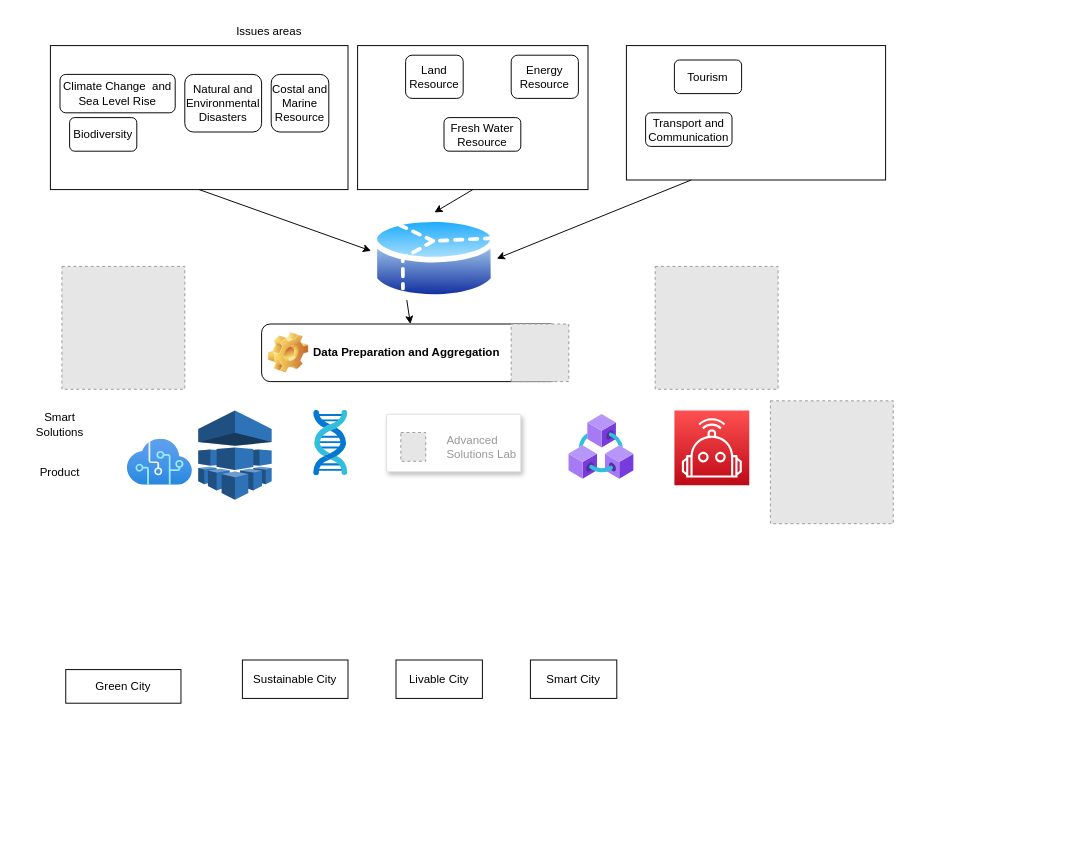
The draw.io diagram page "BarbudaSmart" (2 of 2) of SystemReasoningOverview.drawio in Kibolabs/Diagrams, before the edit. Source tidied: cells renumbered, new cells numbered last; positions are measured from the earlier drawing's top-left corner, leaving out a move shared by most shapes. Both pictures are drawn from the tidied source at 96%, with x=0, y=0 at pixel (31, 16). Pictures stored in the file or linked from it are replaced by grey dashed boxes.
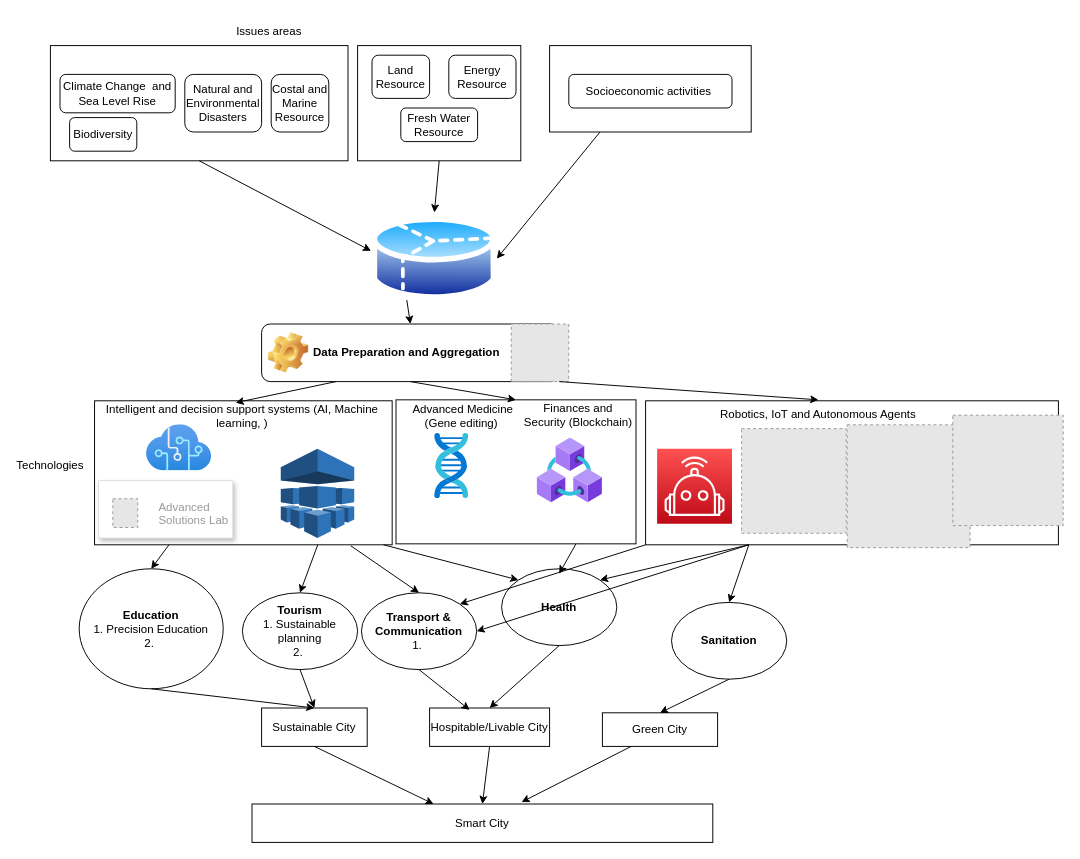
Above is the later version.

The change refers to these unchanged cells:
```xml
<mxCell id="25" value="Data Preparation and Aggregation" style="label;whiteSpace=wrap;html=1;image=img/clipart/Gear_128x128.png;" parent="1" vertex="1">
  <mxGeometry x="240" y="320" width="310" height="60" as="geometry" />
</mxCell>
```

Change to the diagram source:
```diff
@@
+    <mxCell id="38" style="rounded=0;whiteSpace=wrap;html=1;" parent="1" vertex="1">
+      <mxGeometry x="66" y="400" width="310" height="150" as="geometry" />
+    </mxCell>
+    <mxCell id="39" style="rounded=0;whiteSpace=wrap;html=1;" parent="1" vertex="1">
+      <mxGeometry x="380" y="399" width="250" height="150" as="geometry" />
+    </mxCell>
+    <mxCell id="40" style="rounded=0;whiteSpace=wrap;html=1;" parent="1" vertex="1">
+      <mxGeometry x="640" y="400" width="430" height="150" as="geometry" />
+    </mxCell>
     <mxCell id="2" style="rounded=0;whiteSpace=wrap;html=1;" parent="1" vertex="1">
-      <mxGeometry x="20" y="30" width="310" height="150" as="geometry" />
+      <mxGeometry x="20" y="30" width="310" height="120" as="geometry" />
     </mxCell>
     <mxCell id="3" style="rounded=0;whiteSpace=wrap;html=1;" parent="1" vertex="1">
-      <mxGeometry x="340" y="30" width="240" height="150" as="geometry" />
+      <mxGeometry x="340" y="30" width="170" height="120" as="geometry" />
     </mxCell>
     <mxCell id="4" style="rounded=0;whiteSpace=wrap;html=1;" parent="1" vertex="1">
-      <mxGeometry x="620" y="30" width="270" height="140" as="geometry" />
+      <mxGeometry x="540" y="30" width="210" height="90" as="geometry" />
     </mxCell>
@@
-    <mxCell id="8" value="Smart Solutions" style="text;html=1;strokeColor=none;fillColor=none;align=center;verticalAlign=middle;whiteSpace=wrap;rounded=0;" parent="1" vertex="1">
-      <mxGeometry y="410" width="60" height="30" as="geometry" />
-    </mxCell>
-    <mxCell id="9" value="Product" style="text;html=1;strokeColor=none;fillColor=none;align=center;verticalAlign=middle;whiteSpace=wrap;rounded=0;" parent="1" vertex="1">
-      <mxGeometry y="460" width="60" height="30" as="geometry" />
+    <mxCell id="9" value="Technologies" style="text;html=1;strokeColor=none;fillColor=none;align=center;verticalAlign=middle;whiteSpace=wrap;rounded=0;" parent="1" vertex="1">
+      <mxGeometry x="-10" y="453" width="60" height="30" as="geometry" />
     </mxCell>
     <mxCell id="10" value="Green City" style="rounded=0;whiteSpace=wrap;html=1;" parent="1" vertex="1">
-      <mxGeometry x="36" y="680" width="120" height="35" as="geometry" />
+      <mxGeometry x="595" y="725" width="120" height="35" as="geometry" />
     </mxCell>
     <mxCell id="11" value="Sustainable City" style="rounded=0;whiteSpace=wrap;html=1;" parent="1" vertex="1">
-      <mxGeometry x="220" y="670" width="110" height="40" as="geometry" />
+      <mxGeometry x="240" y="720" width="110" height="40" as="geometry" />
     </mxCell>
-    <mxCell id="12" value="Livable City" style="rounded=0;whiteSpace=wrap;html=1;" parent="1" vertex="1">
-      <mxGeometry x="380" y="670" width="90" height="40" as="geometry" />
+    <mxCell id="12" value="Hospitable/Livable City" style="rounded=0;whiteSpace=wrap;html=1;" parent="1" vertex="1">
+      <mxGeometry x="415" y="720" width="125" height="40" as="geometry" />
     </mxCell>
     <mxCell id="13" value="Smart City" style="rounded=0;whiteSpace=wrap;html=1;" parent="1" vertex="1">
-      <mxGeometry x="520" y="670" width="90" height="40" as="geometry" />
+      <mxGeometry x="230" y="820" width="480" height="40" as="geometry" />
     </mxCell>
@@
     <mxCell id="15" value="Land Resource" style="rounded=1;whiteSpace=wrap;html=1;" parent="1" vertex="1">
-      <mxGeometry x="390" y="40" width="60" height="45" as="geometry" />
+      <mxGeometry x="355" y="40" width="60" height="45" as="geometry" />
     </mxCell>
     <mxCell id="16" value="Energy Resource" style="rounded=1;whiteSpace=wrap;html=1;" parent="1" vertex="1">
-      <mxGeometry x="500" y="40" width="70" height="45" as="geometry" />
+      <mxGeometry x="435" y="40" width="70" height="45" as="geometry" />
     </mxCell>
@@
-    <mxCell id="18" value="Tourism" style="rounded=1;whiteSpace=wrap;html=1;" parent="1" vertex="1">
-      <mxGeometry x="670" y="45" width="70" height="35" as="geometry" />
+    <mxCell id="18" value="Socioeconomic activities&amp;nbsp;" style="rounded=1;whiteSpace=wrap;html=1;" parent="1" vertex="1">
+      <mxGeometry x="560" y="60" width="170" height="35" as="geometry" />
     </mxCell>
     <mxCell id="19" value="Fresh Water Resource" style="rounded=1;whiteSpace=wrap;html=1;" parent="1" vertex="1">
-      <mxGeometry x="430" y="105" width="80" height="35" as="geometry" />
+      <mxGeometry x="385" y="95" width="80" height="35" as="geometry" />
     </mxCell>
-    <mxCell id="20" value="Transport and Communication" style="rounded=1;whiteSpace=wrap;html=1;" parent="1" vertex="1">
-      <mxGeometry x="640" y="100" width="90" height="35" as="geometry" />
-    </mxCell>
@@
     <mxCell id="27" style="html=1;align=center;image;fontSize=12;image=img/lib/azure2/ai_machine_learning/Cognitive_Services.svg;" parent="1" vertex="1">
-      <mxGeometry x="100" y="440" width="68" height="48" as="geometry" />
+      <mxGeometry x="120" y="425" width="68" height="48" as="geometry" />
     </mxCell>
     <mxCell id="28" style="html=1;align=center;image;fontSize=12;image=img/lib/azure2/ai_machine_learning/Genomics.svg;" parent="1" vertex="1">
-      <mxGeometry x="294" y="410" width="36" height="68" as="geometry" />
+      <mxGeometry x="420" y="434" width="36" height="68" as="geometry" />
     </mxCell>
     <mxCell id="29" style="dashed=0;verticalLabelPosition=bottom;verticalAlign=top;align=center;html=1;shape=mxgraph.aws3.machine_learning;fillColor=#2E73B8;gradientColor=none;" parent="1" vertex="1">
-      <mxGeometry x="174" y="410" width="76.5" height="93" as="geometry" />
+      <mxGeometry x="260" y="450" width="76.5" height="93" as="geometry" />
     </mxCell>
     <mxCell id="30" style="strokeColor=#dddddd;shadow=1;strokeWidth=1;rounded=1;absoluteArcSize=1;arcSize=2;" parent="1" vertex="1">
-      <mxGeometry x="370" y="414" width="140" height="60" as="geometry" />
+      <mxGeometry x="70" y="483" width="140" height="60" as="geometry" />
     </mxCell>
@@
     <mxCell id="32" style="html=1;align=center;image;fontSize=12;image=img/lib/azure2/blockchain/Azure_Blockchain_Service.svg;" parent="1" vertex="1">
-      <mxGeometry x="560" y="414" width="68" height="68" as="geometry" />
+      <mxGeometry x="527" y="438.5" width="68" height="68" as="geometry" />
     </mxCell>
@@
     <mxCell id="34" style="sketch=0;fontColor=#232F3E;gradientColor=#FE5151;gradientDirection=north;fillColor=#BE0917;strokeColor=#ffffff;dashed=0;verticalLabelPosition=bottom;verticalAlign=top;align=center;html=1;fontSize=12;fontStyle=0;shape=mxgraph.aws4.resourceIcon;resIcon=mxgraph.aws4.robotics;" parent="1" vertex="1">
-      <mxGeometry x="670" y="410" width="78" height="78" as="geometry" />
+      <mxGeometry x="652" y="450" width="78" height="78" as="geometry" />
     </mxCell>
     <mxCell id="35" style="fillColor=#E6E6E6;strokeColor=#999999;dashed=1;html=1;verticalAlign=top;verticalLabelPosition=bottom;labelBackgroundColor=#ffffff;" parent="1" vertex="1">
-      <mxGeometry x="770" y="400" width="128" height="128" as="geometry" />
+      <mxGeometry x="850" y="425" width="128" height="128" as="geometry" />
     </mxCell>
     <mxCell id="36" style="fillColor=#E6E6E6;strokeColor=#999999;dashed=1;html=1;verticalAlign=top;verticalLabelPosition=bottom;labelBackgroundColor=#ffffff;" parent="1" vertex="1">
-      <mxGeometry x="650" y="260" width="128" height="128" as="geometry" />
+      <mxGeometry x="740" y="429" width="109" height="109" as="geometry" />
     </mxCell>
     <mxCell id="37" style="fillColor=#E6E6E6;strokeColor=#999999;dashed=1;html=1;verticalAlign=top;verticalLabelPosition=bottom;labelBackgroundColor=#ffffff;" parent="1" vertex="1">
-      <mxGeometry x="32" y="260" width="128" height="128" as="geometry" />
+      <mxGeometry x="960" y="415" width="115" height="115" as="geometry" />
     </mxCell>
+    <mxCell id="41" value="Intelligent and decision support systems (AI, Machine learning, )" style="text;html=1;strokeColor=none;fillColor=none;align=center;verticalAlign=middle;whiteSpace=wrap;rounded=0;" parent="1" vertex="1">
+      <mxGeometry x="70" y="411" width="300" height="10" as="geometry" />
+    </mxCell>
+    <mxCell id="42" value="Advanced Medicine (Gene editing)&amp;nbsp;" style="text;html=1;strokeColor=none;fillColor=none;align=center;verticalAlign=middle;whiteSpace=wrap;rounded=0;" parent="1" vertex="1">
+      <mxGeometry x="380" y="401" width="140" height="30" as="geometry" />
+    </mxCell>
+    <mxCell id="43" value="Robotics, IoT and Autonomous Agents" style="text;html=1;strokeColor=none;fillColor=none;align=center;verticalAlign=middle;whiteSpace=wrap;rounded=0;" parent="1" vertex="1">
+      <mxGeometry x="700" y="399" width="240" height="30" as="geometry" />
+    </mxCell>
+    <mxCell id="44" value="Finances and Security (Blockchain)" style="text;html=1;strokeColor=none;fillColor=none;align=center;verticalAlign=middle;whiteSpace=wrap;rounded=0;" parent="1" vertex="1">
+      <mxGeometry x="510" y="400" width="120" height="30" as="geometry" />
+    </mxCell>
+    <mxCell id="45" style="endArrow=classic;html=1;rounded=0;exitX=0.25;exitY=1;exitDx=0;exitDy=0;entryX=0.474;entryY=0.013;entryDx=0;entryDy=0;entryPerimeter=0;" parent="1" edge="1" source="25" target="38">
+      <mxGeometry relative="1" as="geometry" />
+    </mxCell>
+    <mxCell id="46" style="endArrow=classic;html=1;rounded=0;exitX=0.5;exitY=1;exitDx=0;exitDy=0;entryX=0.5;entryY=0;entryDx=0;entryDy=0;" parent="1" edge="1" source="25" target="39">
+      <mxGeometry relative="1" as="geometry" />
+    </mxCell>
+    <mxCell id="47" style="endArrow=classic;html=1;rounded=0;exitX=1;exitY=1;exitDx=0;exitDy=0;entryX=0.5;entryY=0;entryDx=0;entryDy=0;" parent="1" edge="1" source="25" target="43">
+      <mxGeometry relative="1" as="geometry" />
+    </mxCell>
+    <mxCell id="48" value="&lt;b&gt;Tourism&lt;/b&gt;&lt;br&gt;1. Sustainable planning&lt;br&gt;2.&amp;nbsp;" style="ellipse;whiteSpace=wrap;html=1;" parent="1" vertex="1">
+      <mxGeometry x="220" y="600" width="120" height="80" as="geometry" />
+    </mxCell>
+    <mxCell id="49" value="&lt;b&gt;Transport &amp;amp; Communication&lt;/b&gt;&lt;br&gt;1.&amp;nbsp;" style="ellipse;whiteSpace=wrap;html=1;" parent="1" vertex="1">
+      <mxGeometry x="344" y="600" width="120" height="80" as="geometry" />
+    </mxCell>
+    <mxCell id="50" value="&lt;b&gt;Health&lt;/b&gt;" style="ellipse;whiteSpace=wrap;html=1;" parent="1" vertex="1">
+      <mxGeometry x="490" y="575" width="120" height="80" as="geometry" />
+    </mxCell>
+    <mxCell id="51" value="&lt;b&gt;Sanitation&lt;/b&gt;" style="ellipse;whiteSpace=wrap;html=1;" parent="1" vertex="1">
+      <mxGeometry x="667" y="610" width="120" height="80" as="geometry" />
+    </mxCell>
+    <mxCell id="52" value="&lt;b&gt;Education&lt;/b&gt;&lt;br&gt;1. Precision Education&lt;br&gt;2.&amp;nbsp;" style="ellipse;whiteSpace=wrap;html=1;" parent="1" vertex="1">
+      <mxGeometry x="50" y="575" width="150" height="125" as="geometry" />
+    </mxCell>
+    <mxCell id="53" style="endArrow=classic;html=1;rounded=0;exitX=0.25;exitY=1;exitDx=0;exitDy=0;entryX=0.5;entryY=0;entryDx=0;entryDy=0;" parent="1" edge="1" source="38" target="52">
+      <mxGeometry relative="1" as="geometry" />
+    </mxCell>
+    <mxCell id="54" style="endArrow=classic;html=1;rounded=0;exitX=0.75;exitY=1;exitDx=0;exitDy=0;entryX=0.5;entryY=0;entryDx=0;entryDy=0;" parent="1" edge="1" source="38" target="48">
+      <mxGeometry relative="1" as="geometry" />
+    </mxCell>
+    <mxCell id="55" style="endArrow=classic;html=1;rounded=0;exitX=0.861;exitY=1.007;exitDx=0;exitDy=0;exitPerimeter=0;entryX=0.5;entryY=0;entryDx=0;entryDy=0;" parent="1" edge="1" source="38" target="49">
+      <mxGeometry relative="1" as="geometry" />
+    </mxCell>
+    <mxCell id="56" style="endArrow=classic;html=1;rounded=0;exitX=0;exitY=1;exitDx=0;exitDy=0;entryX=1;entryY=0;entryDx=0;entryDy=0;" parent="1" edge="1" source="40" target="49">
+      <mxGeometry relative="1" as="geometry" />
+    </mxCell>
+    <mxCell id="57" style="endArrow=classic;html=1;rounded=0;exitX=0.971;exitY=1;exitDx=0;exitDy=0;entryX=0;entryY=0;entryDx=0;entryDy=0;exitPerimeter=0;" parent="1" edge="1" source="38" target="50">
+      <mxGeometry relative="1" as="geometry" />
+    </mxCell>
+    <mxCell id="58" style="endArrow=classic;html=1;rounded=0;exitX=0.75;exitY=1;exitDx=0;exitDy=0;" parent="1" edge="1" source="39">
+      <mxGeometry relative="1" as="geometry">
+        <mxPoint x="550" y="580" as="targetPoint" />
+      </mxGeometry>
+    </mxCell>
+    <mxCell id="59" style="endArrow=classic;html=1;rounded=0;exitX=0.25;exitY=1;exitDx=0;exitDy=0;entryX=1;entryY=0;entryDx=0;entryDy=0;" parent="1" edge="1" source="40" target="50">
+      <mxGeometry relative="1" as="geometry" />
+    </mxCell>
+    <mxCell id="60" style="endArrow=classic;html=1;rounded=0;exitX=0.25;exitY=1;exitDx=0;exitDy=0;entryX=0.5;entryY=0;entryDx=0;entryDy=0;" parent="1" edge="1" source="40" target="51">
+      <mxGeometry relative="1" as="geometry" />
+    </mxCell>
+    <mxCell id="61" style="endArrow=classic;html=1;rounded=0;exitX=0.25;exitY=1;exitDx=0;exitDy=0;entryX=1;entryY=0.5;entryDx=0;entryDy=0;" parent="1" edge="1" source="40" target="49">
+      <mxGeometry relative="1" as="geometry" />
+    </mxCell>
+    <mxCell id="62" style="endArrow=classic;html=1;rounded=0;exitX=0.5;exitY=1;exitDx=0;exitDy=0;entryX=0.5;entryY=0;entryDx=0;entryDy=0;" parent="1" edge="1" source="51" target="10">
+      <mxGeometry relative="1" as="geometry" />
+    </mxCell>
+    <mxCell id="63" style="endArrow=classic;html=1;rounded=0;entryX=0.5;entryY=0;entryDx=0;entryDy=0;exitX=0.5;exitY=1;exitDx=0;exitDy=0;" parent="1" edge="1" source="50" target="12">
+      <mxGeometry relative="1" as="geometry" />
+    </mxCell>
+    <mxCell id="64" style="endArrow=classic;html=1;rounded=0;entryX=0.333;entryY=0.05;entryDx=0;entryDy=0;exitX=0.5;exitY=1;exitDx=0;exitDy=0;entryPerimeter=0;" parent="1" edge="1" source="49" target="12">
+      <mxGeometry relative="1" as="geometry" />
+    </mxCell>
+    <mxCell id="65" style="endArrow=classic;html=1;rounded=0;exitX=0.5;exitY=1;exitDx=0;exitDy=0;entryX=0.5;entryY=0;entryDx=0;entryDy=0;" parent="1" edge="1" source="52" target="11">
+      <mxGeometry relative="1" as="geometry" />
+    </mxCell>
+    <mxCell id="66" style="endArrow=classic;html=1;rounded=0;exitX=0.5;exitY=1;exitDx=0;exitDy=0;entryX=0.5;entryY=0;entryDx=0;entryDy=0;" parent="1" edge="1" source="48" target="11">
+      <mxGeometry relative="1" as="geometry" />
+    </mxCell>
+    <mxCell id="67" style="endArrow=classic;html=1;rounded=0;exitX=0.5;exitY=1;exitDx=0;exitDy=0;entryX=0.394;entryY=0;entryDx=0;entryDy=0;entryPerimeter=0;" parent="1" edge="1" source="11" target="13">
+      <mxGeometry relative="1" as="geometry" />
+    </mxCell>
+    <mxCell id="68" style="endArrow=classic;html=1;rounded=0;exitX=0.5;exitY=1;exitDx=0;exitDy=0;entryX=0.5;entryY=0;entryDx=0;entryDy=0;" parent="1" edge="1" source="12" target="13">
+      <mxGeometry relative="1" as="geometry" />
+    </mxCell>
+    <mxCell id="69" style="endArrow=classic;html=1;rounded=0;exitX=0.25;exitY=1;exitDx=0;exitDy=0;entryX=0.585;entryY=-0.05;entryDx=0;entryDy=0;entryPerimeter=0;" parent="1" edge="1" source="10" target="13">
+      <mxGeometry relative="1" as="geometry" />
+    </mxCell>
```
